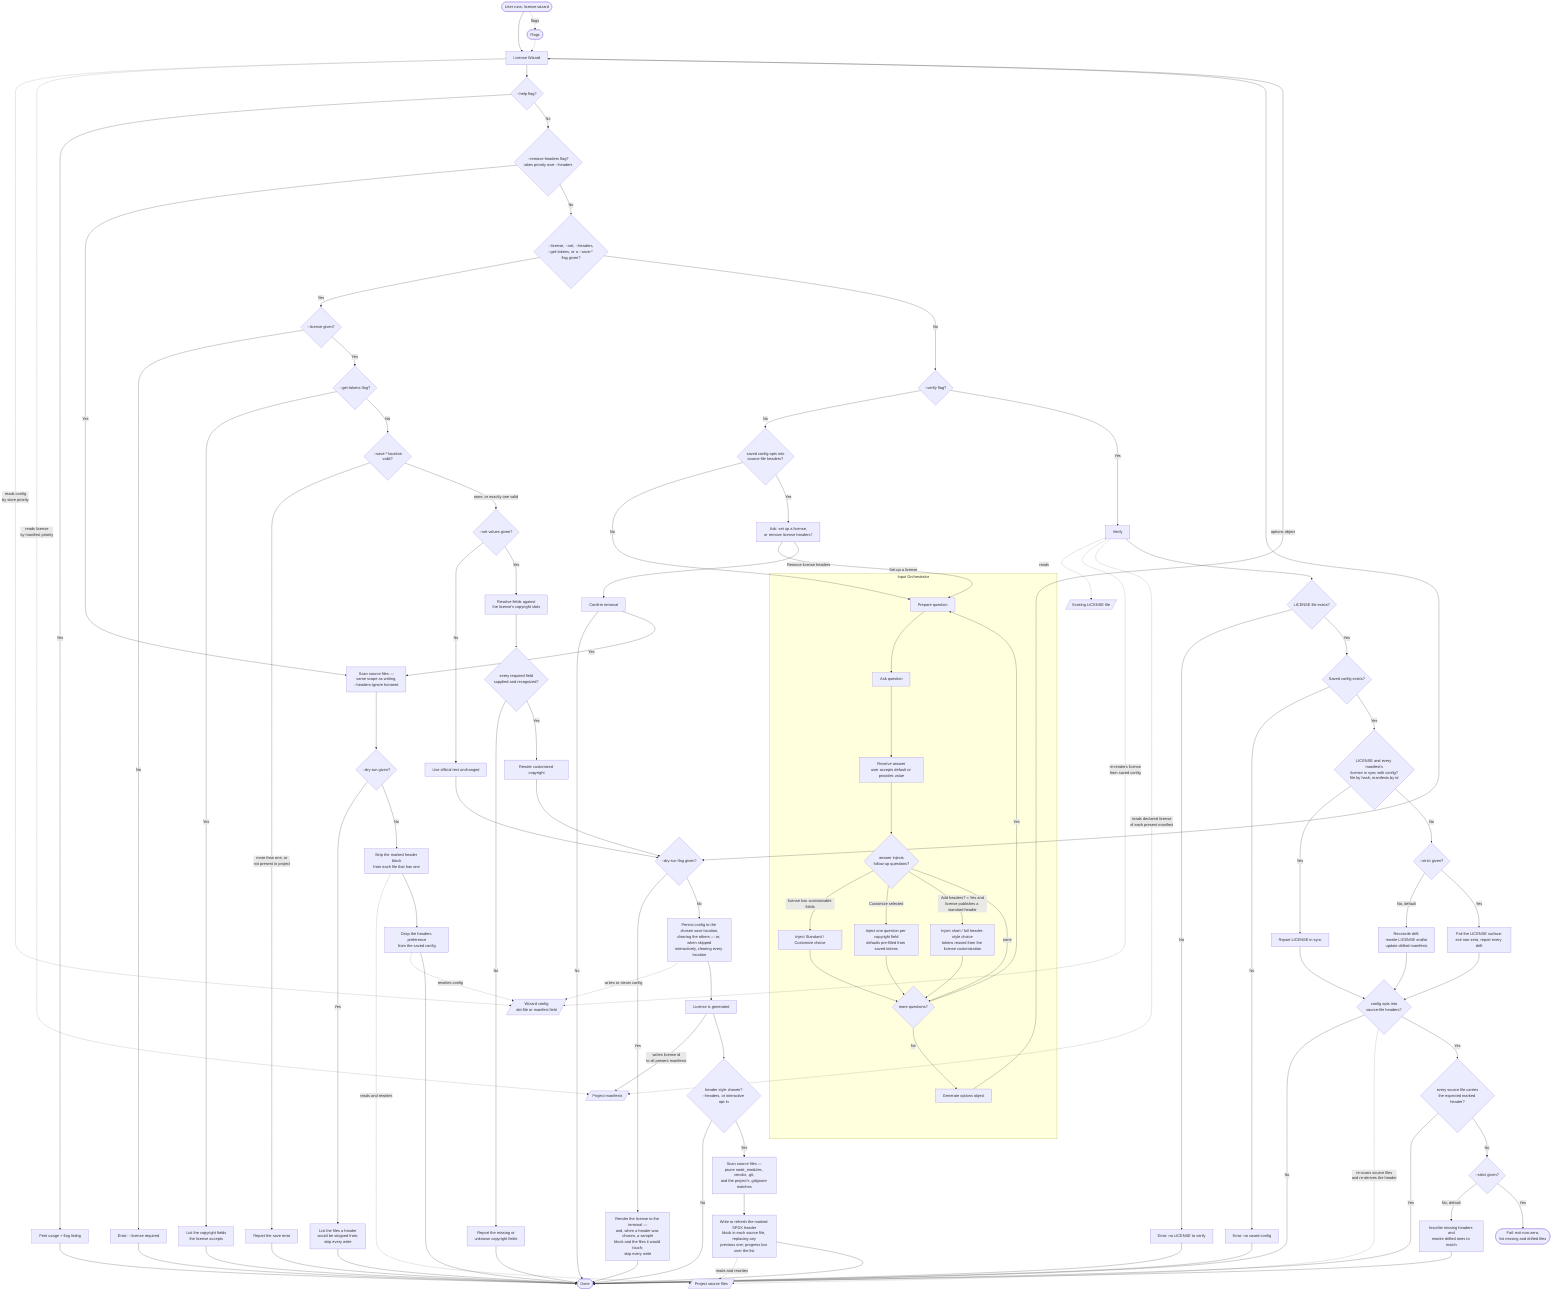
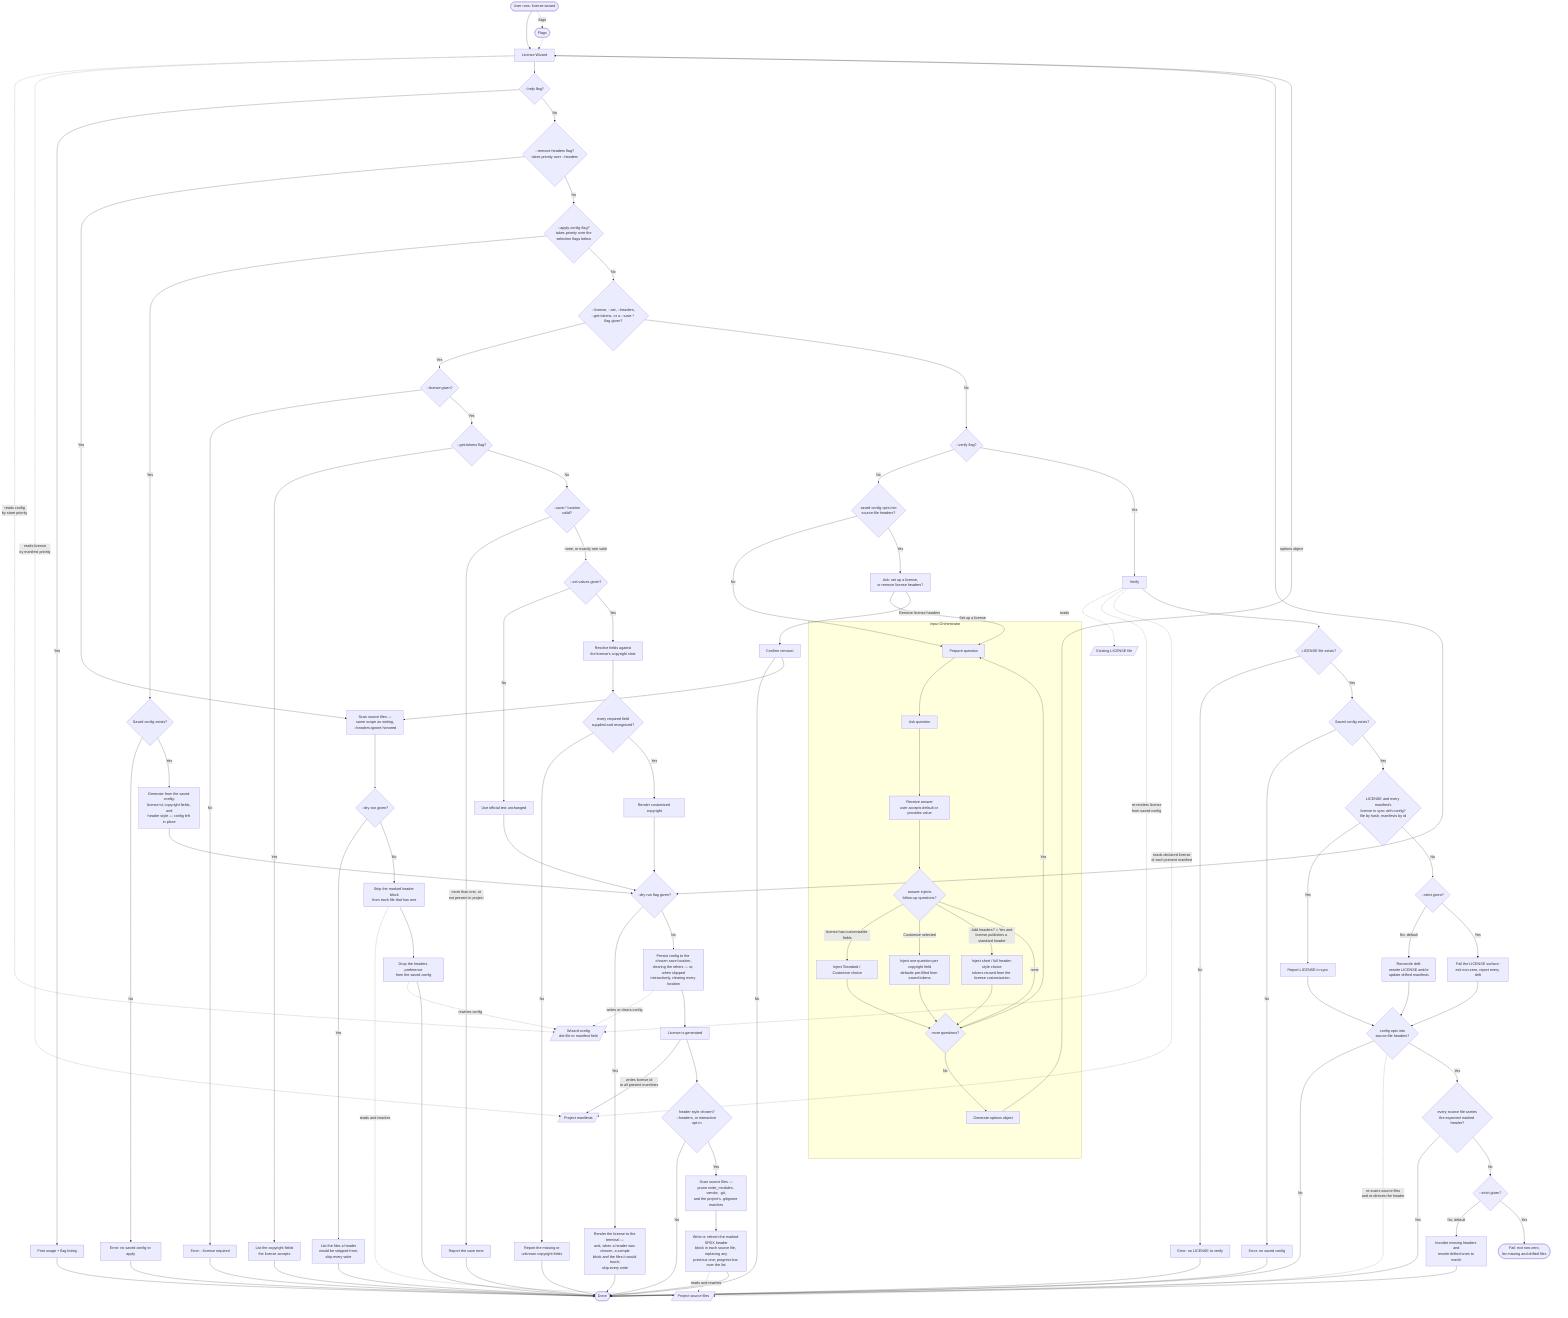
flowchart TD
    A([User runs: license-wizard]) --> LW[License Wizard]
    A -.->|flags| FL([Flags])
    FL -.-> LW
    LW -.->|reads config<br/>by store priority| LC[/Wizard config<br/>dot-file or manifest field/]
    LW -.->|reads license<br/>by manifest priority| PJ[/Project manifests/]

    LW --> HELP{--help flag?}

    %% ─── Help path ───
    HELP -->|Yes| HU[Print usage + flag listing]
    HU --> H

    HELP -->|No| RH{--remove-headers flag?<br/>takes priority over --headers}

    %% ─── Header removal path (standalone) ───
    RH -->|Yes| RHSCAN[Scan source files —<br/>same scope as writing,<br/>--headers-ignore honored]
    RHSCAN --> RHDR{--dry-run given?}
    RHDR -->|Yes| RHPREV[List the files a header<br/>would be stripped from;<br/>skip every write] --> H
    RHDR -->|No| RHSTRIP[Strip the marked header block<br/>from each file that has one]
    RHSTRIP -.->|reads and rewrites| SF
    RHSTRIP --> RHCFG[Drop the headers preference<br/>from the saved config]
    RHCFG -.->|rewrites config| LC
    RHCFG --> H

-     RH -->|No| NI{--license, --set, --headers,<br/>--get-tokens, or a --save-* flag given?}
+     RH -->|No| AC{--apply-config flag?<br/>takes priority over the<br/>selection flags below}
+ 
+     %% ─── Apply-saved-config path (standalone) ───
+     AC -->|Yes| ACC{Saved config exists?}
+     ACC -->|No| ERRAC[Error: no saved config to apply] --> H
+     ACC -->|Yes| ACG[Generate from the saved config:<br/>license id, copyright fields, and<br/>header style — config left in place]
+     ACG --> DR
+ 
+     AC -->|No| NI{--license, --set, --headers,<br/>--get-tokens, or a --save-* flag given?}

    %% ─── Non-interactive CLI path ───
    NI -->|Yes| NIL{--license given?}
    NIL -->|No| ERRL[Error: --license required] --> H
    NIL -->|Yes| GT{--get-tokens flag?}
    GT -->|Yes| LT[List the copyright fields<br/>the license accepts] --> H
    GT -->|No| SV{--save-* location<br/>valid?}
    SV -->|more than one, or<br/>not present in project| ERRS[Report the save error] --> H
    SV -->|none, or exactly one valid| HS{--set values given?}
    HS -->|No| STD[Use official text unchanged]
    HS -->|Yes| RES[Resolve fields against<br/>the license's copyright slots]
    RES --> CHK{every required field<br/>supplied and recognized?}
    CHK -->|No| NEED[Report the missing or<br/>unknown copyright fields] --> H
    CHK -->|Yes| CUST[Render customized copyright]
    STD --> DR
    CUST --> DR

    %% ─── Dry-run gate (shared by both generation paths) ───
    DR{--dry-run flag given?}
    DR -->|Yes| DRP[Render the license to the terminal —<br/>and, when a header was chosen, a sample<br/>block and the files it would touch;<br/>skip every write] --> H
    DR -->|No| PSV
    PSV[Persist config to the chosen save location,<br/>clearing the others — or, when skipped<br/>interactively, clearing every location]
    PSV -.->|writes or clears config| LC
    PSV --> G

    NI -->|No| M{--verify flag?}

    %% ─── Interactive / generation path ───
    %% Adaptive opening: the remove option appears only when the saved config
    %% already opted into headers; otherwise the wizard goes straight to setup.
    M -->|No| MQ{saved config opts into<br/>source-file headers?}
    MQ -->|No| C
    MQ -->|Yes| MODEQ[Ask: set up a license,<br/>or remove license headers?]
    MODEQ -->|Set up a license| C
    MODEQ -->|Remove license headers| RMQ[Confirm removal]
    RMQ -->|No| H
    RMQ -->|Yes| RHSCAN

    subgraph IO [Input Orchestrator]
        C[Prepare question]
        C --> D[Ask question]
        D --> E[Receive answer<br/>user accepts default or provides value]
        E --> INJ{answer injects<br/>follow-up questions?}
        INJ -->|license has customizable fields| MODE[Inject Standard / Customize choice]
        INJ -->|Customize selected| FIELDS[Inject one question per copyright field<br/>defaults pre-filled from saved tokens]
        INJ -->|Add headers? = Yes and<br/>license publishes a standard header| HSTYLE[Inject short / full header-style choice<br/>tokens reused from the license customization]
        INJ -->|none| F
        MODE --> F
        FIELDS --> F
        HSTYLE --> F
        F{more questions?}
        F -->|Yes| C
        F -->|No| OG[Generate options object]
    end

    OG -->|options object| LW
    LW --> DR
    G[License is generated]
    G -->|writes license id<br/>to all present manifests| PJ
    G --> GH{header style chosen?<br/>--headers, or interactive opt-in}
    GH -->|No| H([Done])
    GH -->|Yes| HSCAN[Scan source files —<br/>prune node_modules, vendor, .git,<br/>and the project's .gitignore matches]
    HSCAN --> HWRITE[Write or refresh the marked SPDX header<br/>block in each source file, replacing any<br/>previous one; progress bar over the list]
    HWRITE -.->|reads and rewrites| SF[/Project source files/]
    HWRITE --> H

    %% ─── Verification path (standalone: ignores every other flag) ───
    M -->|Yes| V[Verify]
    V -.->|reads| EL[/Existing LICENSE file/]
    V -.->|re-renders license<br/>from saved config| LC
    V -.->|reads declared license<br/>of each present manifest| PJ
    V --> HASL{LICENSE file exists?}
    HASL -->|No| ERRNL[Error: no LICENSE to verify] --> H
    HASL -->|Yes| HASC{Saved config exists?}
    HASC -->|No| ERRNC[Error: no saved config] --> H
    HASC -->|Yes| R{LICENSE and every manifest's<br/>license in sync with config?<br/>file by hash, manifests by id}
    R -->|Yes| PASS[Report LICENSE in sync]
    R -->|No| AG{--strict given?}
    AG -->|No, default| G2[Reconcile drift:<br/>rewrite LICENSE and/or<br/>update drifted manifests]
    AG -->|Yes| FAIL[Fail the LICENSE surface:<br/>exit non-zero, report every drift]
    PASS --> HV
    G2 --> HV
    FAIL --> HV

    %% ─── Header verification (same run, when config opts into headers) ───
    HV{config opts into<br/>source-file headers?}
    HV -->|No| H
    HV -.->|re-scans source files<br/>and re-derives the header| SF
    HV -->|Yes| HVR{every source file carries<br/>the expected marked header?}
    HVR -->|Yes| H
    HVR -->|No| HVAG{--strict given?}
    HVAG -->|No, default| HVFIX[Inscribe missing headers and<br/>rewrite drifted ones to match] --> H
    HVAG -->|Yes| HVFAIL([Fail: exit non-zero,<br/>list missing and drifted files])
